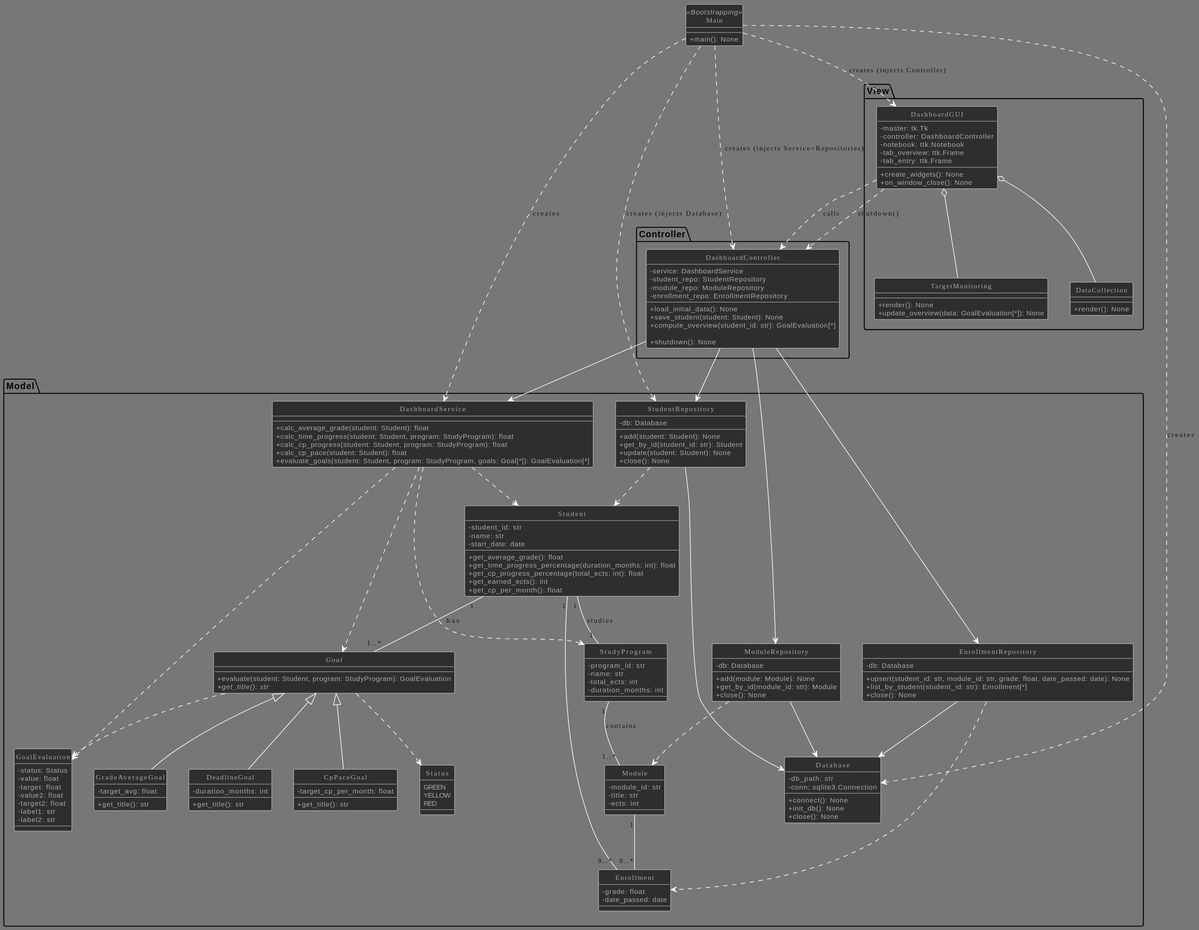
Earlier version of the PlantUML export out/EntidyUML/DashboardUML_MVC_StrictDI.svg (peter-wolf72/IU-Dashboard).
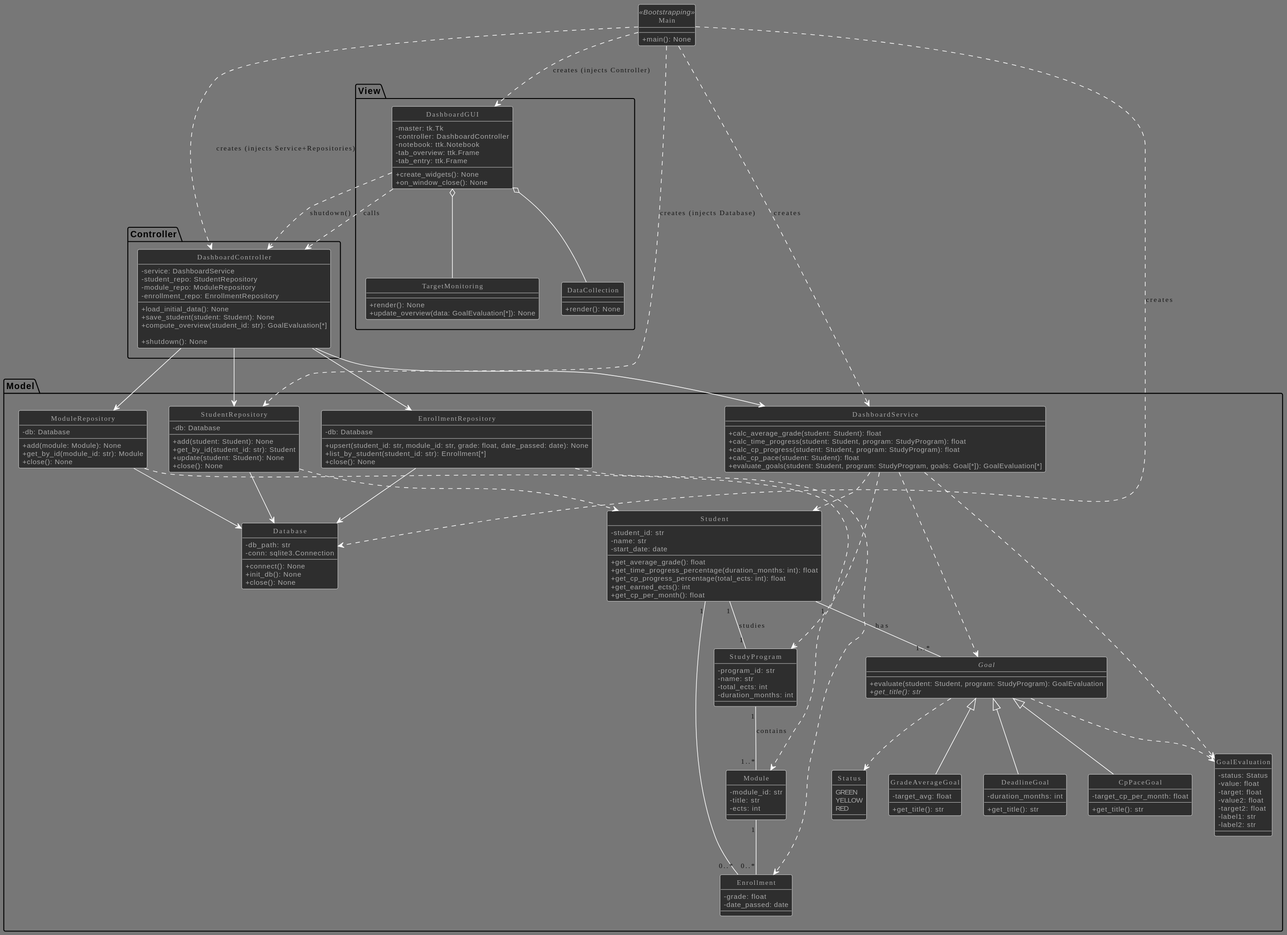
Later version of the same file.

What changed in the source:
```diff
@@ -97,35 +97,36 @@
     +calc_cp_pace(student: Student): float
     +evaluate_goals(student: Student, program: StudyProgram, goals: Goal[*]): GoalEvaluation[*]
   }
+  together {
+    class Database {
+      -db_path: str
+      -conn: sqlite3.Connection
+      +connect(): None
+      +init_db(): None
+      +close(): None
+    }
 
-  class Database {
-    -db_path: str
-    -conn: sqlite3.Connection
-    +connect(): None
-    +init_db(): None
-    +close(): None
-  }
+    class StudentRepository {
+      -db: Database
+      +add(student: Student): None
+      +get_by_id(student_id: str): Student
+      +update(student: Student): None
+      +close(): None
+    }
 
-  class StudentRepository {
-    -db: Database
-    +add(student: Student): None
-    +get_by_id(student_id: str): Student
-    +update(student: Student): None
-    +close(): None
-  }
+    class ModuleRepository {
+      -db: Database
+      +add(module: Module): None
+      +get_by_id(module_id: str): Module
+      +close(): None
+    }
 
-  class ModuleRepository {
-    -db: Database
-    +add(module: Module): None
-    +get_by_id(module_id: str): Module
-    +close(): None
-  }
-
-  class EnrollmentRepository {
-    -db: Database
-    +upsert(student_id: str, module_id: str, grade: float, date_passed: date): None
-    +list_by_student(student_id: str): Enrollment[*]
-    +close(): None
+    class EnrollmentRepository {
+      -db: Database
+      +upsert(student_id: str, module_id: str, grade: float, date_passed: date): None
+      +list_by_student(student_id: str): Enrollment[*]
+      +close(): None
+    }
   }
 
   StudentRepository --> Database
```
